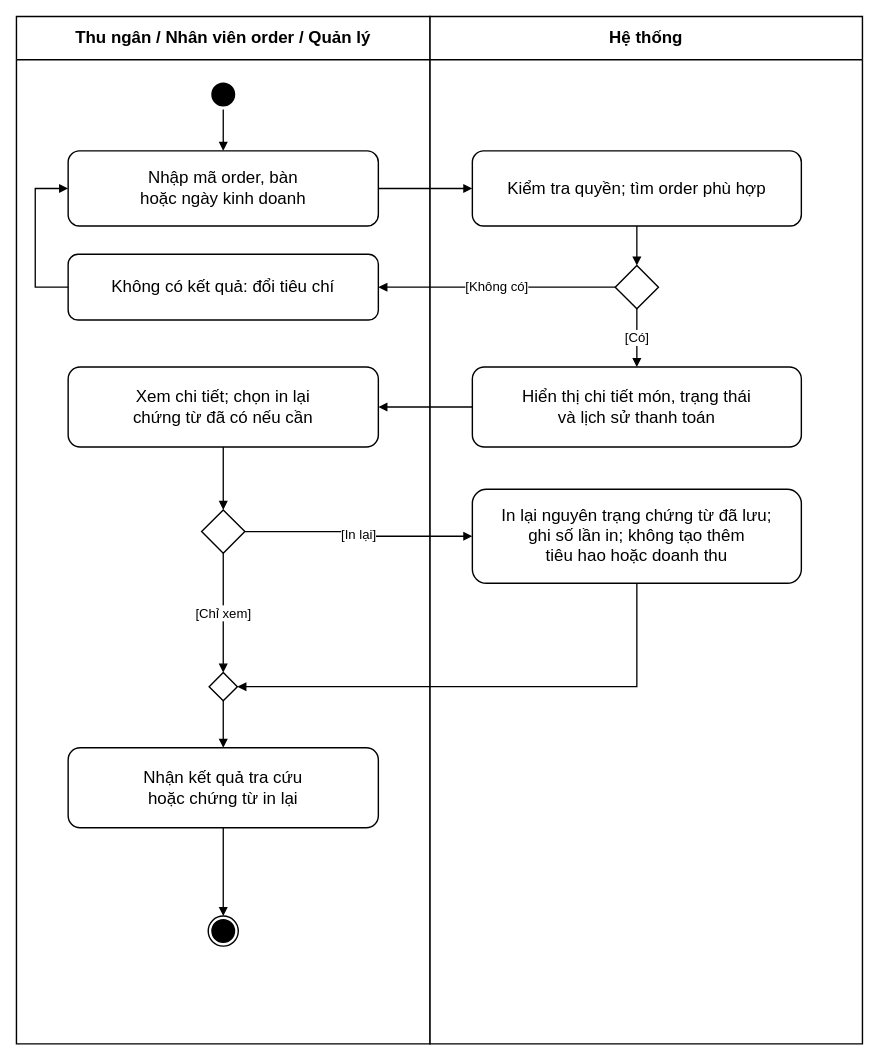
nminhzzz/restaurant-management-ai keeps this draw.io diagram as page "QT-13 — Tra cứu order và in lại chứng từ" (13 of 23) of docs/Quy_trinh_nghiep_vu_HeThongQuanLyNhaHang.drawio. Above is the earlier version. Source tidied: cells renumbered, new cells numbered last; positions are measured from the earlier drawing's top-left corner, leaving out a move shared by most shapes. Both pictures are drawn from the tidied source at 94%, with x=0, y=0 at pixel (16, 16).
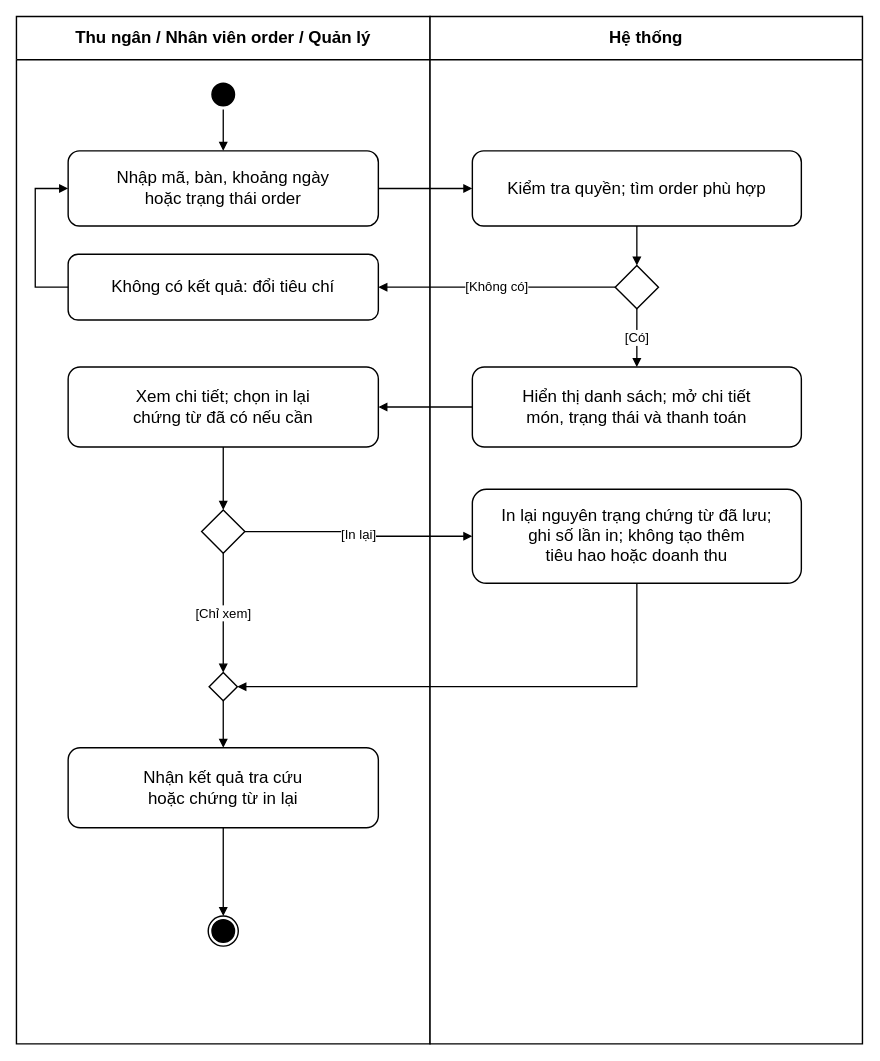
Above is the later version.

What changed in the source:
```diff
@@
-    <mxCell id="5" value="Nhập mã order, bàn&#10;hoặc ngày kinh doanh" style="rounded=1;arcSize=15;whiteSpace=wrap;html=1;fillColor=#ffffff;strokeColor=#000000;strokeWidth=1.5;fontColor=#000000;fontSize=18.0;spacing=6;" parent="1" vertex="1">
+    <mxCell id="5" value="Nhập mã, bàn, khoảng ngày&#10;hoặc trạng thái order" style="rounded=1;arcSize=15;whiteSpace=wrap;html=1;fillColor=#ffffff;strokeColor=#000000;strokeWidth=1.5;fontColor=#000000;fontSize=18.0;spacing=6;" parent="1" vertex="1">
       <mxGeometry x="55" y="143" width="330" height="80" as="geometry" />
     </mxCell>
@@
-    <mxCell id="9" value="Hiển thị chi tiết món, trạng thái&#10;và lịch sử thanh toán" style="rounded=1;arcSize=15;whiteSpace=wrap;html=1;fillColor=#ffffff;strokeColor=#000000;strokeWidth=1.5;fontColor=#000000;fontSize=18.0;spacing=6;" parent="1" vertex="1">
+    <mxCell id="9" value="Hiển thị danh sách; mở chi tiết&#10;món, trạng thái và thanh toán" style="rounded=1;arcSize=15;whiteSpace=wrap;html=1;fillColor=#ffffff;strokeColor=#000000;strokeWidth=1.5;fontColor=#000000;fontSize=18.0;spacing=6;" parent="1" vertex="1">
       <mxGeometry x="485" y="373" width="350" height="85" as="geometry" />
     </mxCell>
```
